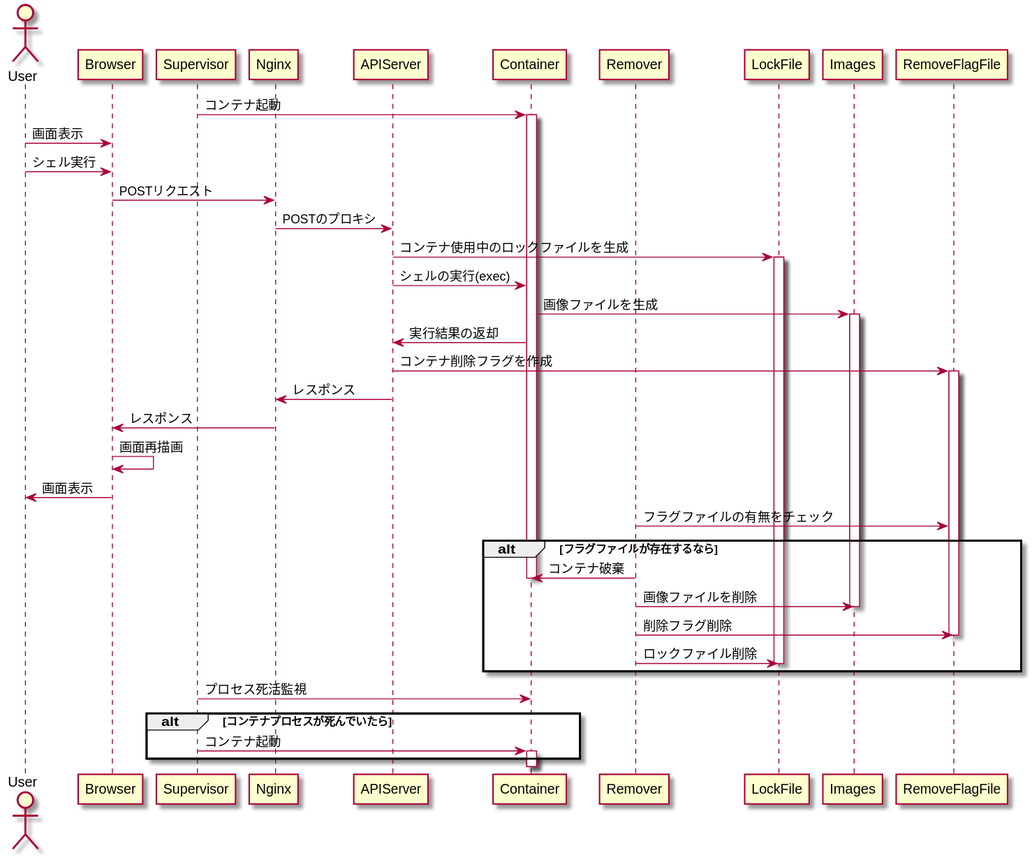
jiro4989/websh keeps this PlantUML diagram as docs/logic.svg. Above is the earlier version. The source it was exported from:
```plantuml
@startuml

actor User as user
participant Browser as browser
participant Supervisor as visor
participant Nginx as nginx
participant APIServer as api
participant Container as cont
participant Remover as rm
participant LockFile as lock
participant Images as img
participant RemoveFlagFile as rmflag

visor -> cont : コンテナ起動
activate cont
user -> browser : 画面表示
user -> browser : シェル実行
browser -> nginx : POSTリクエスト
nginx -> api : POSTのプロキシ
api -> lock : コンテナ使用中のロックファイルを生成
activate lock
api -> cont : シェルの実行(exec)
cont -> img : 画像ファイルを生成
activate img
cont -> api : 実行結果の返却
api -> rmflag : コンテナ削除フラグを作成
activate rmflag
api -> nginx : レスポンス
nginx -> browser : レスポンス
browser -> browser : 画面再描画
browser -> user : 画面表示

rm -> rmflag : フラグファイルの有無をチェック
alt フラグファイルが存在するなら
    rm -> cont : コンテナ破棄
    deactivate cont
    rm -> img : 画像ファイルを削除
    deactivate img
    rm -> rmflag : 削除フラグ削除
    deactivate rmflag
    rm -> lock : ロックファイル削除
    deactivate lock
end

visor -> cont : プロセス死活監視
alt コンテナプロセスが死んでいたら
    visor -> cont : コンテナ起動
    activate cont
end

@enduml
```
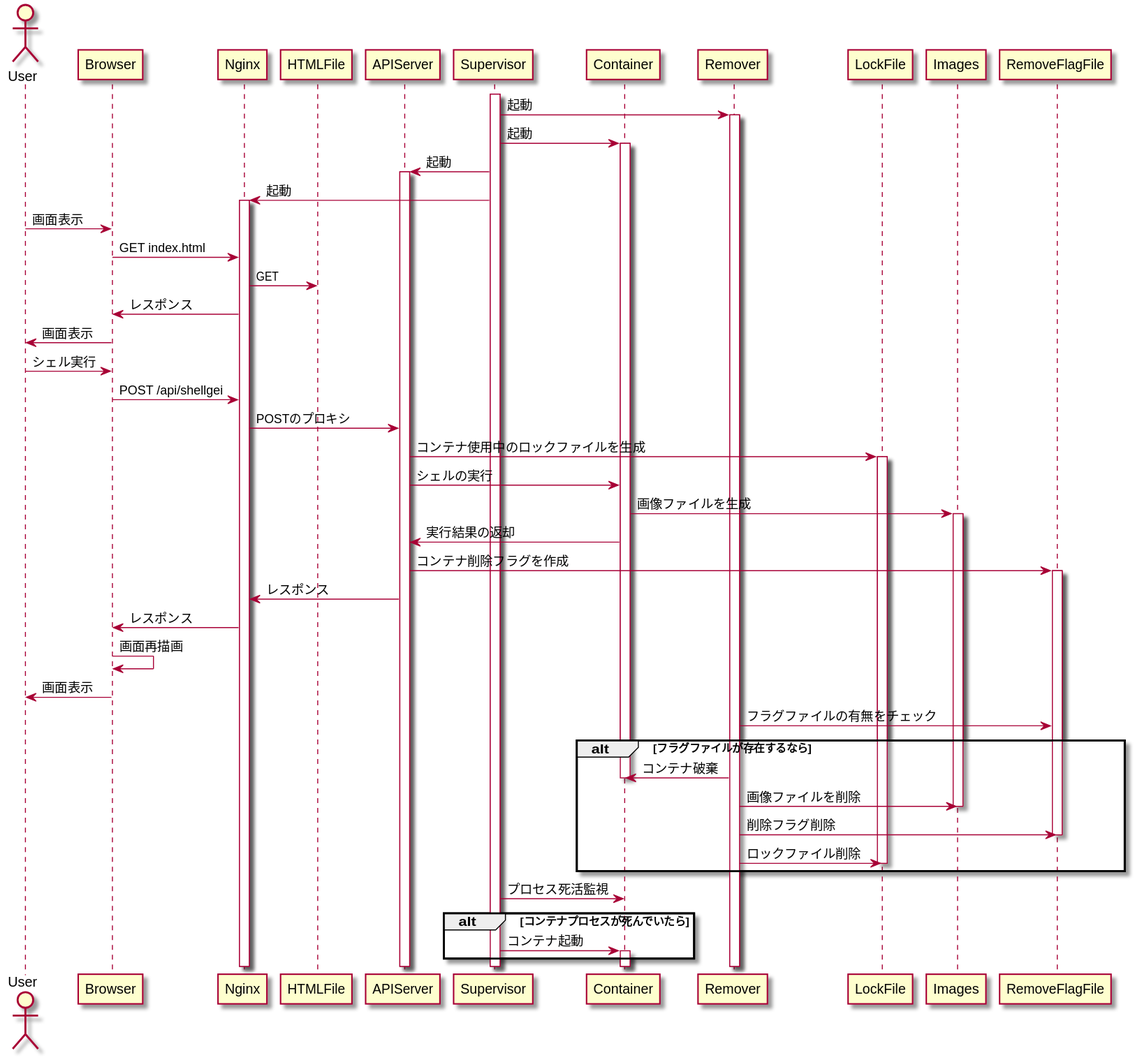
Later version of the same file.

Commit message:
[skip ci] 処理フローを更新

Diff of the diagram source:
```diff
@@ -2,24 +2,42 @@
 
 actor User as user
 participant Browser as browser
+participant Nginx as nginx
+participant HTMLFile as html
+participant APIServer as api
 participant Supervisor as visor
-participant Nginx as nginx
-participant APIServer as api
 participant Container as cont
 participant Remover as rm
 participant LockFile as lock
 participant Images as img
 participant RemoveFlagFile as rmflag
 
-visor -> cont : コンテナ起動
+activate visor
+
+visor -> rm : 起動
+activate rm
+
+visor -> cont : 起動
 activate cont
+
+visor -> api : 起動
+activate api
+
+visor -> nginx : 起動
+activate nginx
+
 user -> browser : 画面表示
+browser -> nginx : GET index.html
+nginx -> html : GET
+nginx -> browser : レスポンス
+browser -> user : 画面表示
+
 user -> browser : シェル実行
-browser -> nginx : POSTリクエスト
+browser -> nginx : POST /api/shellgei
 nginx -> api : POSTのプロキシ
 api -> lock : コンテナ使用中のロックファイルを生成
 activate lock
-api -> cont : シェルの実行(exec)
+api -> cont : シェルの実行
 cont -> img : 画像ファイルを生成
 activate img
 cont -> api : 実行結果の返却
```
